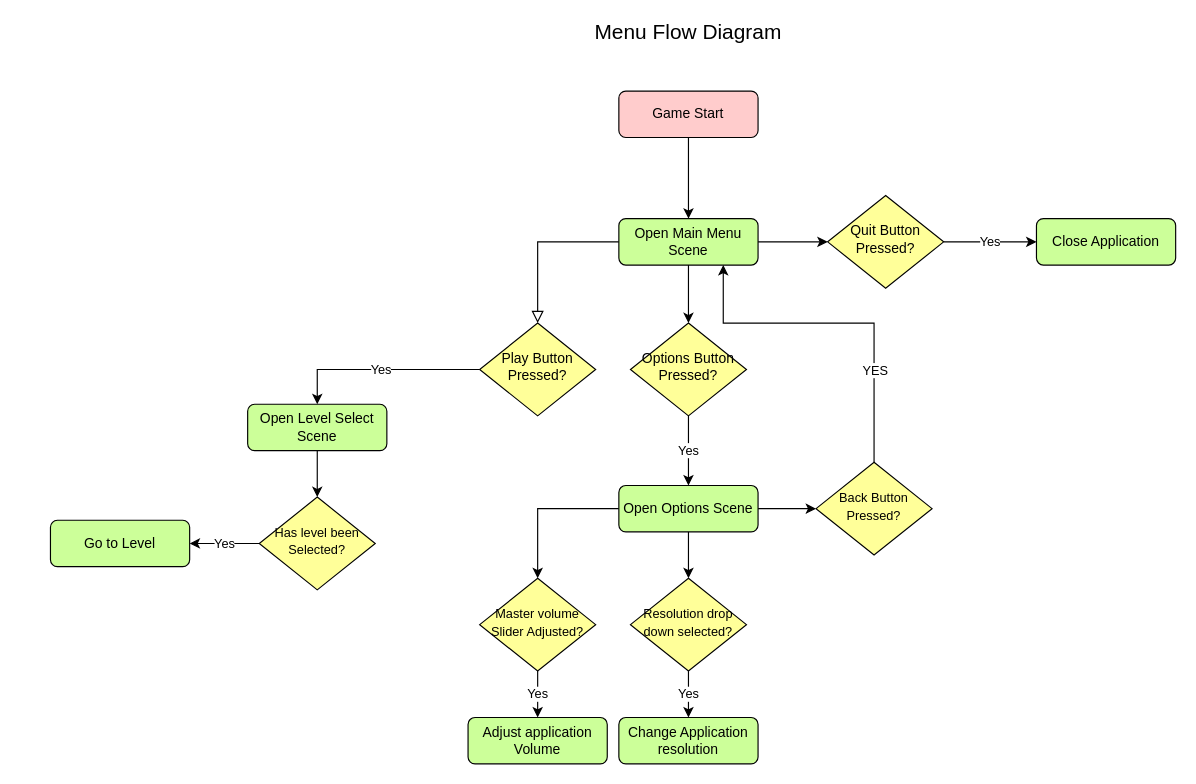
The draw.io diagram Documentation/Flow Diagram.drawio in Harry-Marsh/DSP-GoRight, before the edit. Source tidied: cells renumbered, new cells numbered last; positions are measured from the earlier drawing's top-left corner, leaving out a move shared by most shapes. Both pictures are drawn from the tidied source at 116%, with x=0, y=0 at pixel (50, 21).
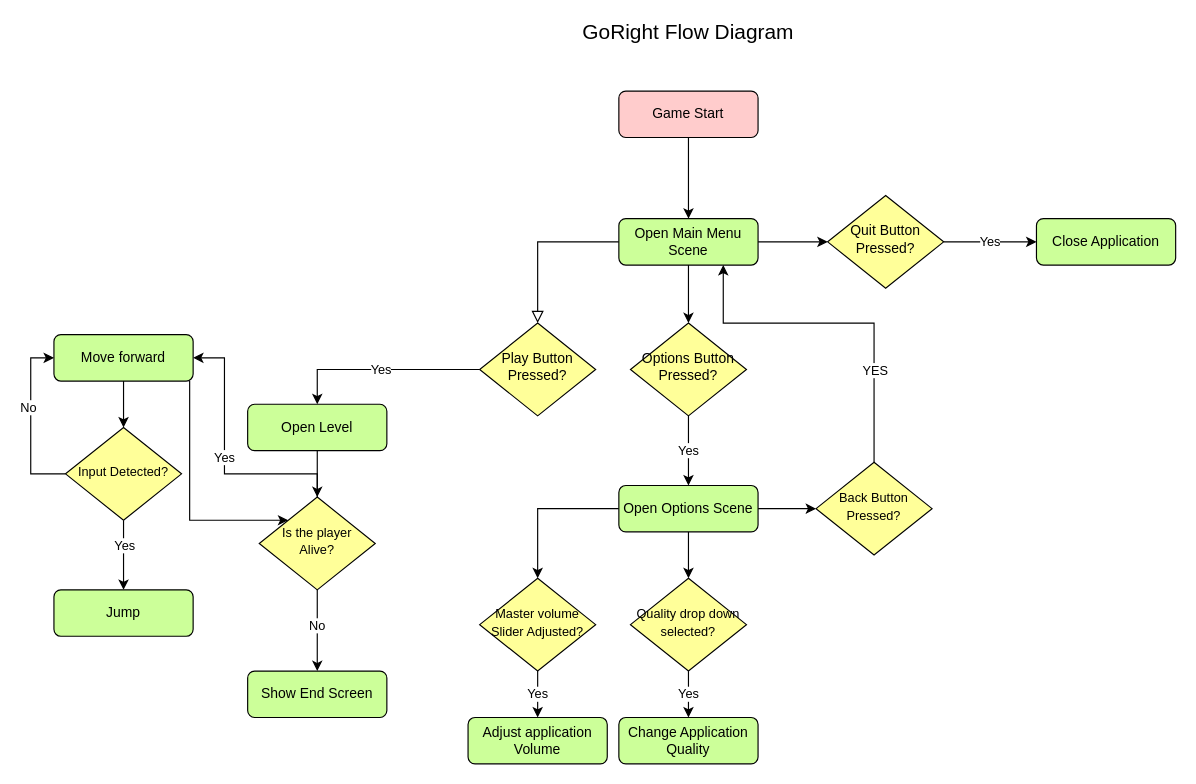
Above is the later version.

What changed in the source:
```diff
@@
-    <mxCell id="18" value="Open Level Select Scene" style="rounded=1;whiteSpace=wrap;html=1;fontSize=12;glass=0;strokeWidth=1;shadow=0;fillColor=#CCFF99;" parent="1" vertex="1">
+    <mxCell id="18" value="Open Level" style="rounded=1;whiteSpace=wrap;html=1;fontSize=12;glass=0;strokeWidth=1;shadow=0;fillColor=#CCFF99;" parent="1" vertex="1">
       <mxGeometry x="170" y="330" width="120" height="40" as="geometry" />
     </mxCell>
-    <mxCell id="19" value="&lt;font style=&quot;font-size: 18px&quot;&gt;Menu Flow Diagram&lt;/font&gt;" style="text;html=1;strokeColor=none;fillColor=none;align=center;verticalAlign=middle;whiteSpace=wrap;rounded=0;" parent="1" vertex="1">
+    <mxCell id="19" value="&lt;font style=&quot;font-size: 18px&quot;&gt;GoRight Flow Diagram&lt;/font&gt;" style="text;html=1;strokeColor=none;fillColor=none;align=center;verticalAlign=middle;whiteSpace=wrap;rounded=0;" parent="1" vertex="1">
       <mxGeometry x="455" width="190" height="20" as="geometry" />
     </mxCell>
     <mxCell id="20" value="Yes" style="edgeStyle=orthogonalEdgeStyle;rounded=0;jettySize=auto;html=1;" parent="1" edge="1" source="21" target="33">
-      <mxGeometry relative="1" as="geometry" />
+      <mxGeometry relative="1" as="geometry">
+        <Array as="points">
+          <mxPoint x="230" y="390" />
+          <mxPoint x="150" y="390" />
+          <mxPoint x="150" y="290" />
+        </Array>
+      </mxGeometry>
     </mxCell>
+    <mxCell id="34" style="edgeStyle=orthogonalEdgeStyle;rounded=0;jettySize=auto;html=1;entryX=0.5;entryY=0;entryDx=0;entryDy=0;" parent="1" edge="1" source="21" target="44">
+      <mxGeometry relative="1" as="geometry" />
+    </mxCell>
+    <mxCell id="35" value="No" style="edgeLabel;html=1;align=center;verticalAlign=middle;" parent="34" vertex="1">
+      <mxGeometry x="-0.15" y="-1" relative="1" as="geometry" />
+    </mxCell>
-    <mxCell id="21" value="&lt;font style=&quot;font-size: 11px&quot;&gt;Has level been Selected?&lt;/font&gt;" style="rhombus;whiteSpace=wrap;html=1;shadow=0;fontFamily=Helvetica;fontSize=12;align=center;strokeWidth=1;spacing=6;spacingTop=-4;fillColor=#FFFF99;" parent="1" vertex="1">
+    <mxCell id="21" value="&lt;font style=&quot;font-size: 11px&quot;&gt;Is the player Alive?&lt;/font&gt;" style="rhombus;whiteSpace=wrap;html=1;shadow=0;fontFamily=Helvetica;fontSize=12;align=center;strokeWidth=1;spacing=6;spacingTop=-4;fillColor=#FFFF99;" parent="1" vertex="1">
       <mxGeometry x="180" y="410" width="100" height="80" as="geometry" />
     </mxCell>
@@
-    <mxCell id="25" value="&lt;font style=&quot;font-size: 11px&quot;&gt;Resolution drop down selected?&lt;/font&gt;" style="rhombus;whiteSpace=wrap;html=1;shadow=0;fontFamily=Helvetica;fontSize=12;align=center;strokeWidth=1;spacing=6;spacingTop=-4;fillColor=#FFFF99;" parent="1" vertex="1">
+    <mxCell id="25" value="&lt;font style=&quot;font-size: 11px&quot;&gt;Quality drop down selected?&lt;/font&gt;" style="rhombus;whiteSpace=wrap;html=1;shadow=0;fontFamily=Helvetica;fontSize=12;align=center;strokeWidth=1;spacing=6;spacingTop=-4;fillColor=#FFFF99;" parent="1" vertex="1">
       <mxGeometry x="500" y="480" width="100" height="80" as="geometry" />
     </mxCell>
@@
-    <mxCell id="27" value="Change Application resolution" style="rounded=1;whiteSpace=wrap;html=1;fontSize=12;glass=0;strokeWidth=1;shadow=0;strokeColor=#000000;fillColor=#CCFF99;" parent="1" vertex="1">
+    <mxCell id="27" value="Change Application Quality" style="rounded=1;whiteSpace=wrap;html=1;fontSize=12;glass=0;strokeWidth=1;shadow=0;strokeColor=#000000;fillColor=#CCFF99;" parent="1" vertex="1">
       <mxGeometry x="490" y="600" width="120" height="40" as="geometry" />
     </mxCell>
@@
+    <mxCell id="36" style="edgeStyle=orthogonalEdgeStyle;rounded=0;jettySize=auto;html=1;entryX=0;entryY=0;entryDx=0;entryDy=0;" parent="1" edge="1" source="33" target="21">
+      <mxGeometry relative="1" as="geometry">
+        <Array as="points">
+          <mxPoint x="120" y="430" />
+        </Array>
+      </mxGeometry>
+    </mxCell>
+    <mxCell id="37" style="edgeStyle=orthogonalEdgeStyle;rounded=0;jettySize=auto;html=1;entryX=0.5;entryY=0;entryDx=0;entryDy=0;" parent="1" edge="1" source="33" target="42">
+      <mxGeometry relative="1" as="geometry">
+        <Array as="points">
+          <mxPoint x="63" y="320" />
+          <mxPoint x="63" y="320" />
+        </Array>
+      </mxGeometry>
+    </mxCell>
-    <mxCell id="33" value="Go to Level" style="rounded=1;whiteSpace=wrap;html=1;fontSize=12;glass=0;strokeWidth=1;shadow=0;fillColor=#CCFF99;" parent="1" vertex="1">
-      <mxGeometry y="430" width="120" height="40" as="geometry" />
+    <mxCell id="33" value="Move forward" style="rounded=1;whiteSpace=wrap;html=1;fontSize=12;glass=0;strokeWidth=1;shadow=0;fillColor=#CCFF99;" parent="1" vertex="1">
+      <mxGeometry x="3" y="270" width="120" height="40" as="geometry" />
     </mxCell>
+    <mxCell id="38" style="edgeStyle=orthogonalEdgeStyle;rounded=0;jettySize=auto;html=1;entryX=0;entryY=0.5;entryDx=0;entryDy=0;exitX=0;exitY=0.5;exitDx=0;exitDy=0;" parent="1" edge="1" source="42" target="33">
+      <mxGeometry relative="1" as="geometry" />
+    </mxCell>
+    <mxCell id="39" value="No" style="edgeLabel;html=1;align=center;verticalAlign=middle;" parent="38" vertex="1">
+      <mxGeometry x="0.17" y="3" relative="1" as="geometry" />
+    </mxCell>
+    <mxCell id="40" style="edgeStyle=orthogonalEdgeStyle;rounded=0;jettySize=auto;html=1;" parent="1" edge="1" source="42" target="43">
+      <mxGeometry relative="1" as="geometry" />
+    </mxCell>
+    <mxCell id="41" value="Yes" style="edgeLabel;html=1;align=center;verticalAlign=middle;" parent="40" vertex="1">
+      <mxGeometry x="-0.29" relative="1" as="geometry" />
+    </mxCell>
+    <mxCell id="42" value="&lt;font style=&quot;font-size: 11px&quot;&gt;Input Detected?&lt;/font&gt;" style="rhombus;whiteSpace=wrap;html=1;shadow=0;fontFamily=Helvetica;fontSize=12;align=center;strokeWidth=1;spacing=6;spacingTop=-4;fillColor=#FFFF99;" parent="1" vertex="1">
+      <mxGeometry x="13" y="350" width="100" height="80" as="geometry" />
+    </mxCell>
+    <mxCell id="43" value="Jump" style="rounded=1;whiteSpace=wrap;html=1;fontSize=12;glass=0;strokeWidth=1;shadow=0;fillColor=#CCFF99;" parent="1" vertex="1">
+      <mxGeometry x="3" y="490" width="120" height="40" as="geometry" />
+    </mxCell>
+    <mxCell id="44" value="Show End Screen" style="rounded=1;whiteSpace=wrap;html=1;fontSize=12;glass=0;strokeWidth=1;shadow=0;fillColor=#CCFF99;" parent="1" vertex="1">
+      <mxGeometry x="170" y="560" width="120" height="40" as="geometry" />
+    </mxCell>
```
